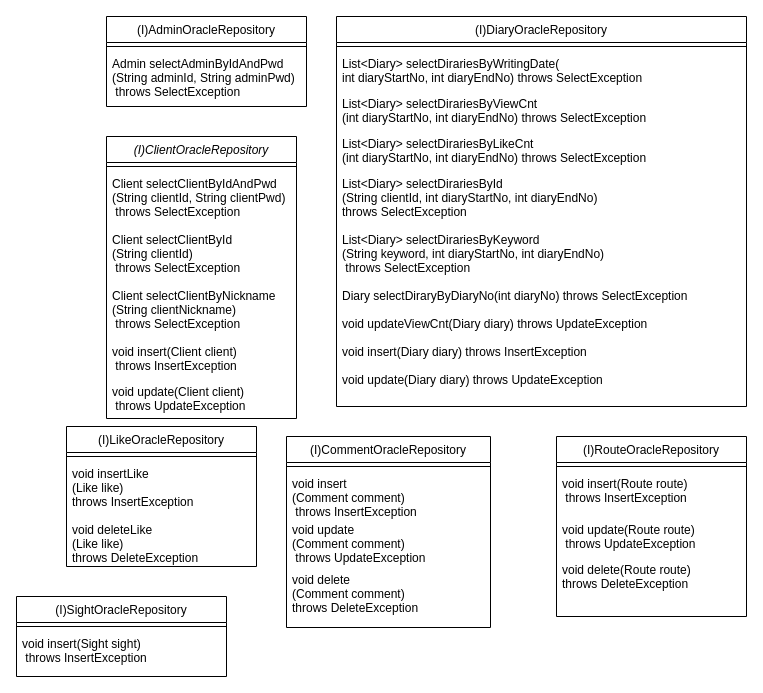
Above: document/repository_class_diagram.drawio in RouteDiary/route-diary (draw.io), before the change. Source tidied: cells renumbered, new cells numbered last; positions are measured from the earlier drawing's top-left corner, leaving out a move shared by most shapes. Both pictures are drawn from the tidied source at 100%, with x=0, y=0 at pixel (16, 16).
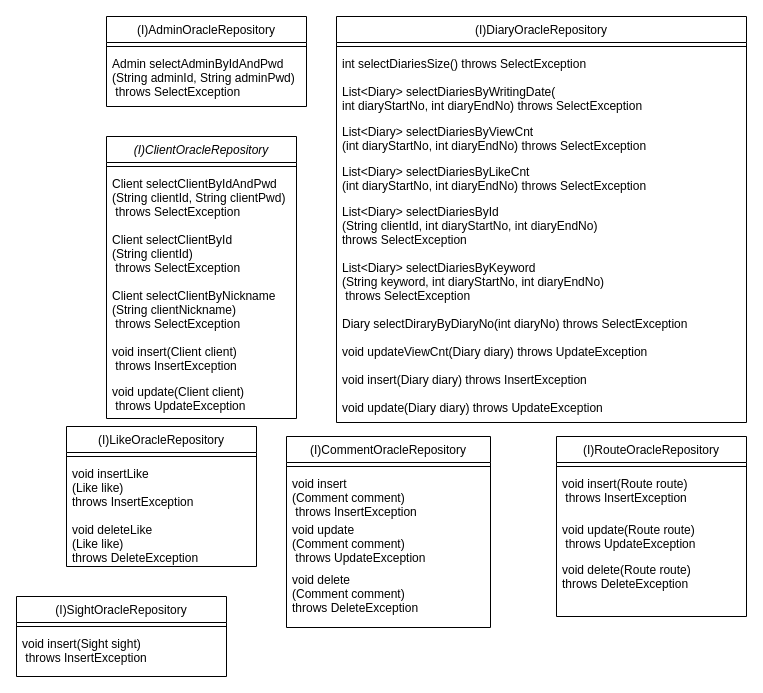
The same page after the edit.

Change to the diagram source:
```diff
@@
     <mxCell id="9" value="(I)DiaryOracleRepository" style="swimlane;fontStyle=0;align=center;verticalAlign=top;horizontal=1;startSize=26;rounded=0;shadow=0;strokeWidth=1;" parent="1" vertex="1">
-      <mxGeometry x="320" width="410" height="390" as="geometry" />
+      <mxGeometry x="320" width="410" height="406" as="geometry" />
     </mxCell>
@@
+    <mxCell id="40" value="int selectDiariesSize() throws SelectException" style="text;align=left;verticalAlign=top;spacingLeft=4;spacingRight=4;overflow=hidden;" parent="9" vertex="1">
+      <mxGeometry y="34" width="410" height="28" as="geometry" />
+    </mxCell>
-    <mxCell id="11" value="List&lt;Diary&gt; selectDirariesByWritingDate(&#10;int diaryStartNo, int diaryEndNo) throws SelectException" style="text;align=left;verticalAlign=top;spacingLeft=4;spacingRight=4;overflow=hidden;" parent="9" vertex="1">
-      <mxGeometry y="34" width="410" height="40" as="geometry" />
+    <mxCell id="11" value="List&lt;Diary&gt; selectDiariesByWritingDate(&#10;int diaryStartNo, int diaryEndNo) throws SelectException" style="text;align=left;verticalAlign=top;spacingLeft=4;spacingRight=4;overflow=hidden;" parent="9" vertex="1">
+      <mxGeometry y="62" width="410" height="40" as="geometry" />
     </mxCell>
-    <mxCell id="12" value="List&lt;Diary&gt; selectDirariesByViewCnt&#10;(int diaryStartNo, int diaryEndNo) throws SelectException" style="text;align=left;verticalAlign=top;spacingLeft=4;spacingRight=4;overflow=hidden;" parent="9" vertex="1">
-      <mxGeometry y="74" width="410" height="40" as="geometry" />
+    <mxCell id="12" value="List&lt;Diary&gt; selectDiariesByViewCnt&#10;(int diaryStartNo, int diaryEndNo) throws SelectException" style="text;align=left;verticalAlign=top;spacingLeft=4;spacingRight=4;overflow=hidden;" parent="9" vertex="1">
+      <mxGeometry y="102" width="410" height="40" as="geometry" />
     </mxCell>
-    <mxCell id="13" value="List&lt;Diary&gt; selectDirariesByLikeCnt&#10;(int diaryStartNo, int diaryEndNo) throws SelectException" style="text;align=left;verticalAlign=top;spacingLeft=4;spacingRight=4;overflow=hidden;" parent="9" vertex="1">
-      <mxGeometry y="114" width="410" height="40" as="geometry" />
+    <mxCell id="13" value="List&lt;Diary&gt; selectDiariesByLikeCnt&#10;(int diaryStartNo, int diaryEndNo) throws SelectException" style="text;align=left;verticalAlign=top;spacingLeft=4;spacingRight=4;overflow=hidden;" parent="9" vertex="1">
+      <mxGeometry y="142" width="410" height="40" as="geometry" />
     </mxCell>
-    <mxCell id="14" value="List&lt;Diary&gt; selectDirariesById&#10;(String clientId, int diaryStartNo, int diaryEndNo)&#10;throws SelectException" style="text;align=left;verticalAlign=top;spacingLeft=4;spacingRight=4;overflow=hidden;" parent="9" vertex="1">
-      <mxGeometry y="154" width="410" height="56" as="geometry" />
+    <mxCell id="14" value="List&lt;Diary&gt; selectDiariesById&#10;(String clientId, int diaryStartNo, int diaryEndNo)&#10;throws SelectException" style="text;align=left;verticalAlign=top;spacingLeft=4;spacingRight=4;overflow=hidden;" parent="9" vertex="1">
+      <mxGeometry y="182" width="410" height="56" as="geometry" />
     </mxCell>
-    <mxCell id="15" value="List&lt;Diary&gt; selectDirariesByKeyword&#10;(String keyword, int diaryStartNo, int diaryEndNo)&#10; throws SelectException" style="text;align=left;verticalAlign=top;spacingLeft=4;spacingRight=4;overflow=hidden;" parent="9" vertex="1">
-      <mxGeometry y="210" width="410" height="56" as="geometry" />
+    <mxCell id="15" value="List&lt;Diary&gt; selectDiariesByKeyword&#10;(String keyword, int diaryStartNo, int diaryEndNo)&#10; throws SelectException" style="text;align=left;verticalAlign=top;spacingLeft=4;spacingRight=4;overflow=hidden;" parent="9" vertex="1">
+      <mxGeometry y="238" width="410" height="56" as="geometry" />
     </mxCell>
     <mxCell id="16" value="Diary selectDiraryByDiaryNo(int diaryNo) throws SelectException" style="text;align=left;verticalAlign=top;spacingLeft=4;spacingRight=4;overflow=hidden;" parent="9" vertex="1">
-      <mxGeometry y="266" width="410" height="28" as="geometry" />
+      <mxGeometry y="294" width="410" height="28" as="geometry" />
     </mxCell>
     <mxCell id="17" value="void updateViewCnt(Diary diary) throws UpdateException" style="text;align=left;verticalAlign=top;spacingLeft=4;spacingRight=4;overflow=hidden;" parent="9" vertex="1">
-      <mxGeometry y="294" width="410" height="28" as="geometry" />
+      <mxGeometry y="322" width="410" height="28" as="geometry" />
     </mxCell>
     <mxCell id="18" value="void insert(Diary diary) throws InsertException" style="text;align=left;verticalAlign=top;spacingLeft=4;spacingRight=4;overflow=hidden;" parent="9" vertex="1">
-      <mxGeometry y="322" width="410" height="28" as="geometry" />
+      <mxGeometry y="350" width="410" height="28" as="geometry" />
     </mxCell>
     <mxCell id="19" value="void update(Diary diary) throws UpdateException" style="text;align=left;verticalAlign=top;spacingLeft=4;spacingRight=4;overflow=hidden;" parent="9" vertex="1">
-      <mxGeometry y="350" width="410" height="28" as="geometry" />
+      <mxGeometry y="378" width="410" height="28" as="geometry" />
     </mxCell>
```
